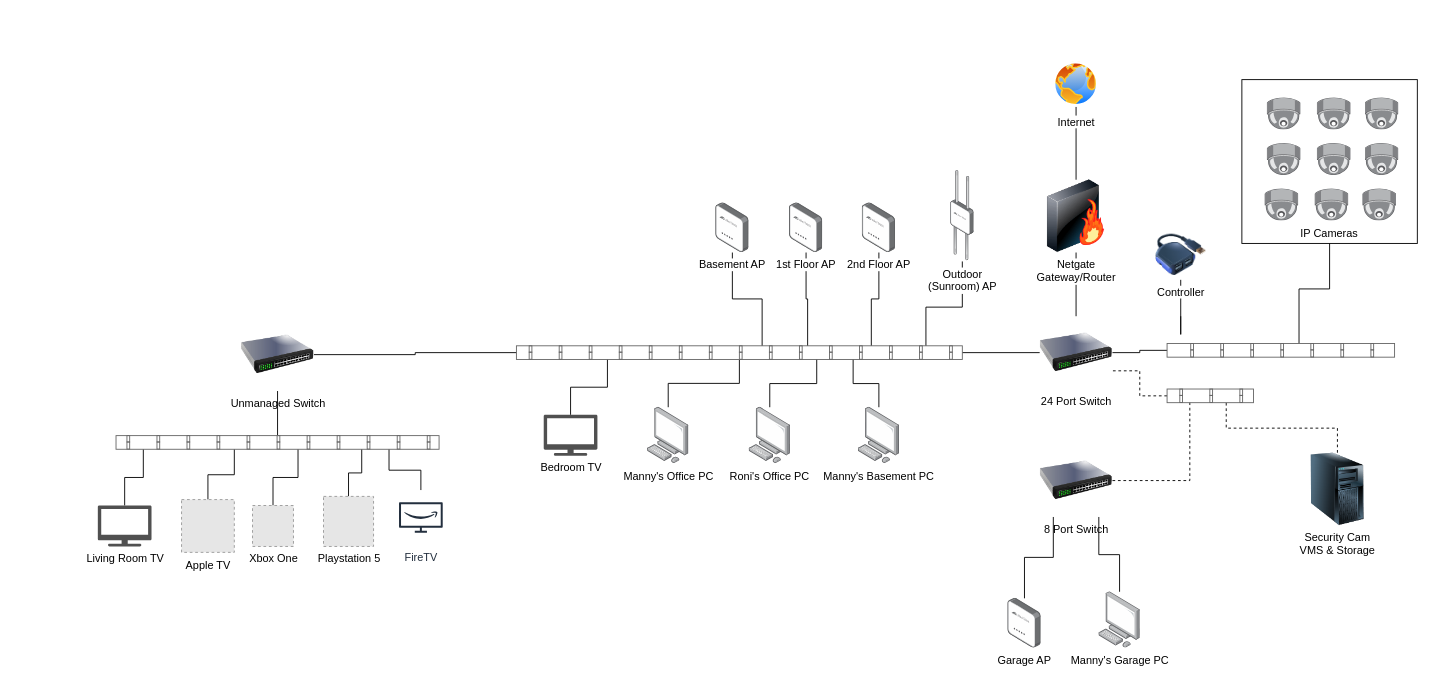
Earlier version of the draw.io diagram page "Page-2" (2 of 2) of Untitled Diagram.drawio (mannyvnj/Draw.io). Source tidied: cells renumbered, new cells numbered last; positions are measured from the earlier drawing's top-left corner, leaving out a move shared by most shapes. Both pictures are drawn from the tidied source at 91%, with x=0, y=0 at pixel (97, 61). Pictures stored in the file or linked from it are replaced by grey dashed boxes.
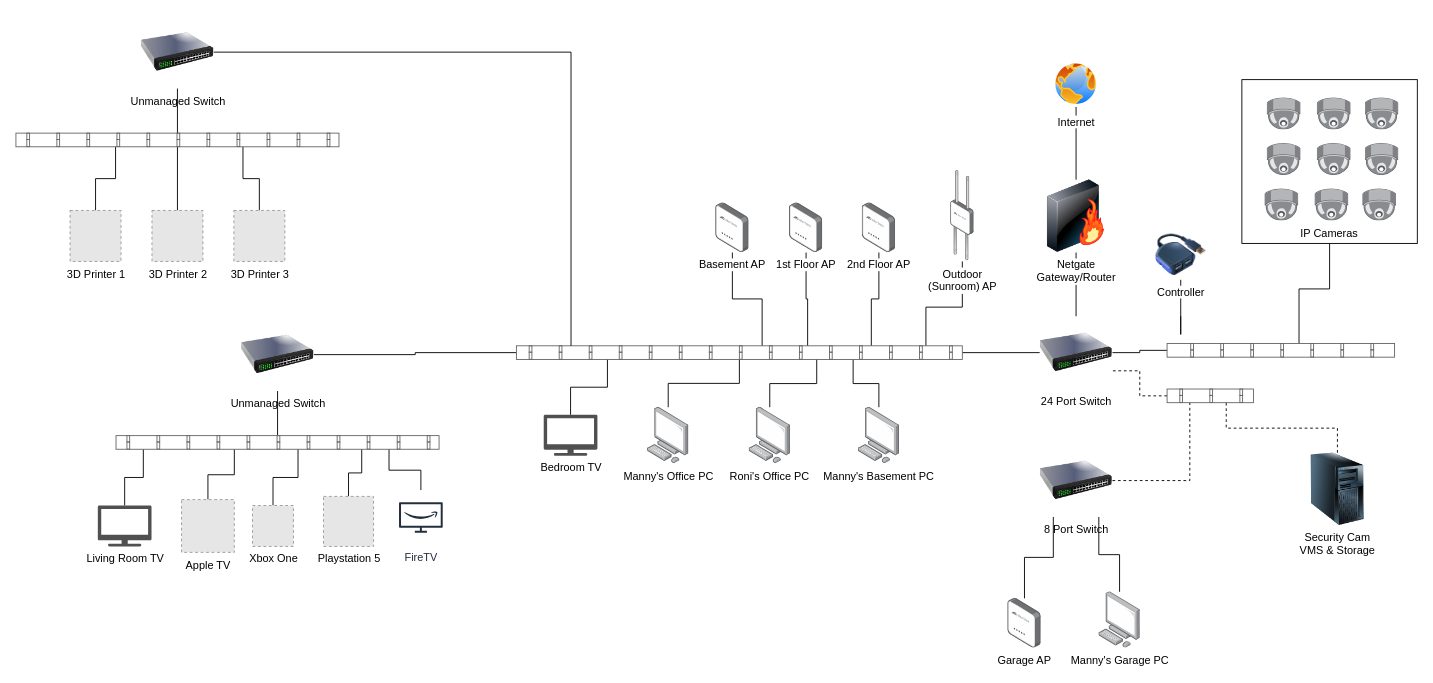
The same diagram, later.

Unchanged cells that the change refers to:
```xml
<mxCell id="59" style="strokeColor=#666666;html=1;labelPosition=right;align=left;spacingLeft=15;shadow=0;dashed=0;outlineConnect=0;shape=mxgraph.rackGeneral.horCableDuct;fillColor=none;" parent="1" vertex="1">
  <mxGeometry x="460" y="312.5" width="490" height="15" as="geometry" />
</mxCell>
```

The edit, as a diff of the source:
```diff
@@
+    <mxCell id="66" style="edgeStyle=orthogonalEdgeStyle;rounded=0;jettySize=auto;html=1;endArrow=none;endFill=0;" parent="1" edge="1" source="67" target="75">
+      <mxGeometry relative="1" as="geometry">
+        <Array as="points">
+          <mxPoint x="-2.5" y="128.8" />
+          <mxPoint x="19.5" y="128.8" />
+        </Array>
+      </mxGeometry>
+    </mxCell>
+    <mxCell id="67" value="3D Printer 1" style="fillColor=#E6E6E6;strokeColor=#999999;dashed=1;html=1;verticalAlign=top;verticalLabelPosition=bottom;labelBackgroundColor=#ffffff;" parent="1" vertex="1">
+      <mxGeometry x="-30.5" y="163.8" width="56" height="56" as="geometry" />
+    </mxCell>
+    <mxCell id="68" style="edgeStyle=orthogonalEdgeStyle;rounded=0;jettySize=auto;html=1;endArrow=none;endFill=0;" parent="1" edge="1" source="69" target="75">
+      <mxGeometry relative="1" as="geometry" />
+    </mxCell>
+    <mxCell id="69" value="3D Printer 2" style="fillColor=#E6E6E6;strokeColor=#999999;dashed=1;html=1;verticalAlign=top;verticalLabelPosition=bottom;labelBackgroundColor=#ffffff;" parent="1" vertex="1">
+      <mxGeometry x="59.5" y="163.8" width="56" height="56" as="geometry" />
+    </mxCell>
+    <mxCell id="70" style="edgeStyle=orthogonalEdgeStyle;rounded=0;jettySize=auto;html=1;endArrow=none;endFill=0;" parent="1" edge="1" source="71" target="75">
+      <mxGeometry relative="1" as="geometry">
+        <Array as="points">
+          <mxPoint x="177.5" y="128.8" />
+          <mxPoint x="159.5" y="128.8" />
+        </Array>
+      </mxGeometry>
+    </mxCell>
+    <mxCell id="71" value="3D Printer 3" style="fillColor=#E6E6E6;strokeColor=#999999;dashed=1;html=1;verticalAlign=top;verticalLabelPosition=bottom;labelBackgroundColor=#ffffff;" parent="1" vertex="1">
+      <mxGeometry x="149.5" y="163.8" width="56" height="56" as="geometry" />
+    </mxCell>
+    <mxCell id="72" style="edgeStyle=orthogonalEdgeStyle;rounded=0;jettySize=auto;html=1;endArrow=none;endFill=0;" parent="1" edge="1" source="73" target="59">
+      <mxGeometry relative="1" as="geometry">
+        <Array as="points">
+          <mxPoint x="520" y="-10" />
+        </Array>
+      </mxGeometry>
+    </mxCell>
+    <mxCell id="73" value="&lt;div&gt;Unmanaged Switch&lt;/div&gt;" style="image;html=1;image=img/lib/clip_art/networking/Switch_128x128.png;fillColor=none;" parent="1" vertex="1">
+      <mxGeometry x="47.5" y="-50.2" width="80" height="80" as="geometry" />
+    </mxCell>
+    <mxCell id="74" style="edgeStyle=orthogonalEdgeStyle;rounded=0;jettySize=auto;html=1;endArrow=none;endFill=0;" parent="1" edge="1" source="75" target="73">
+      <mxGeometry relative="1" as="geometry" />
+    </mxCell>
+    <mxCell id="75" style="strokeColor=#666666;html=1;labelPosition=right;align=left;spacingLeft=15;shadow=0;dashed=0;outlineConnect=0;shape=mxgraph.rackGeneral.horCableDuct;fillColor=none;" parent="1" vertex="1">
+      <mxGeometry x="-90" y="78.8" width="355" height="15" as="geometry" />
+    </mxCell>
```
